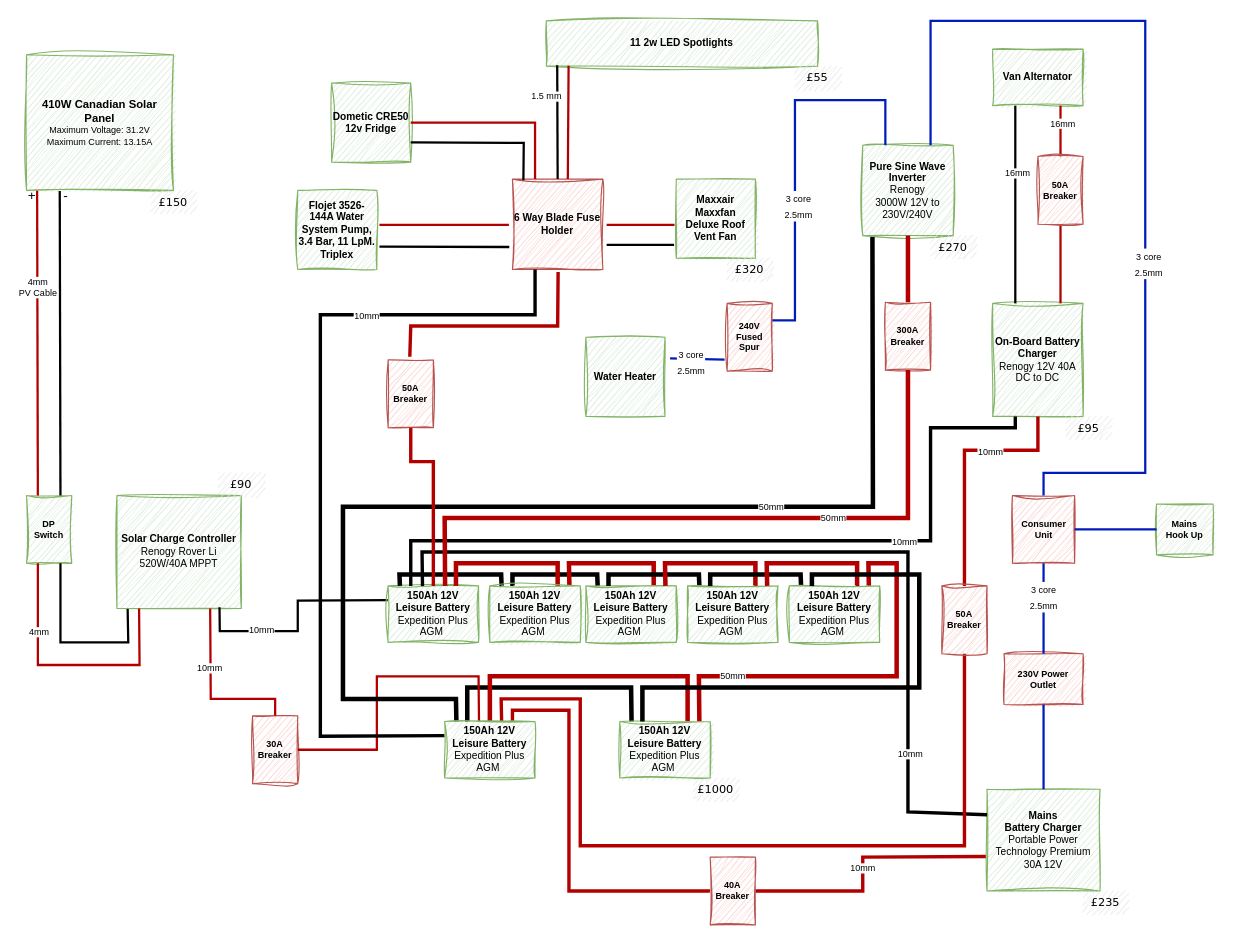
martinlt/reference keeps this draw.io diagram as page "Electrical System" (2 of 3) of Designs.drawio. Above is the earlier version. Source tidied: cells renumbered, new cells numbered last; positions are measured from the earlier drawing's top-left corner, leaving out a move shared by most shapes. Both pictures are drawn from the tidied source at 113%, with x=0, y=0 at pixel (26, 20).
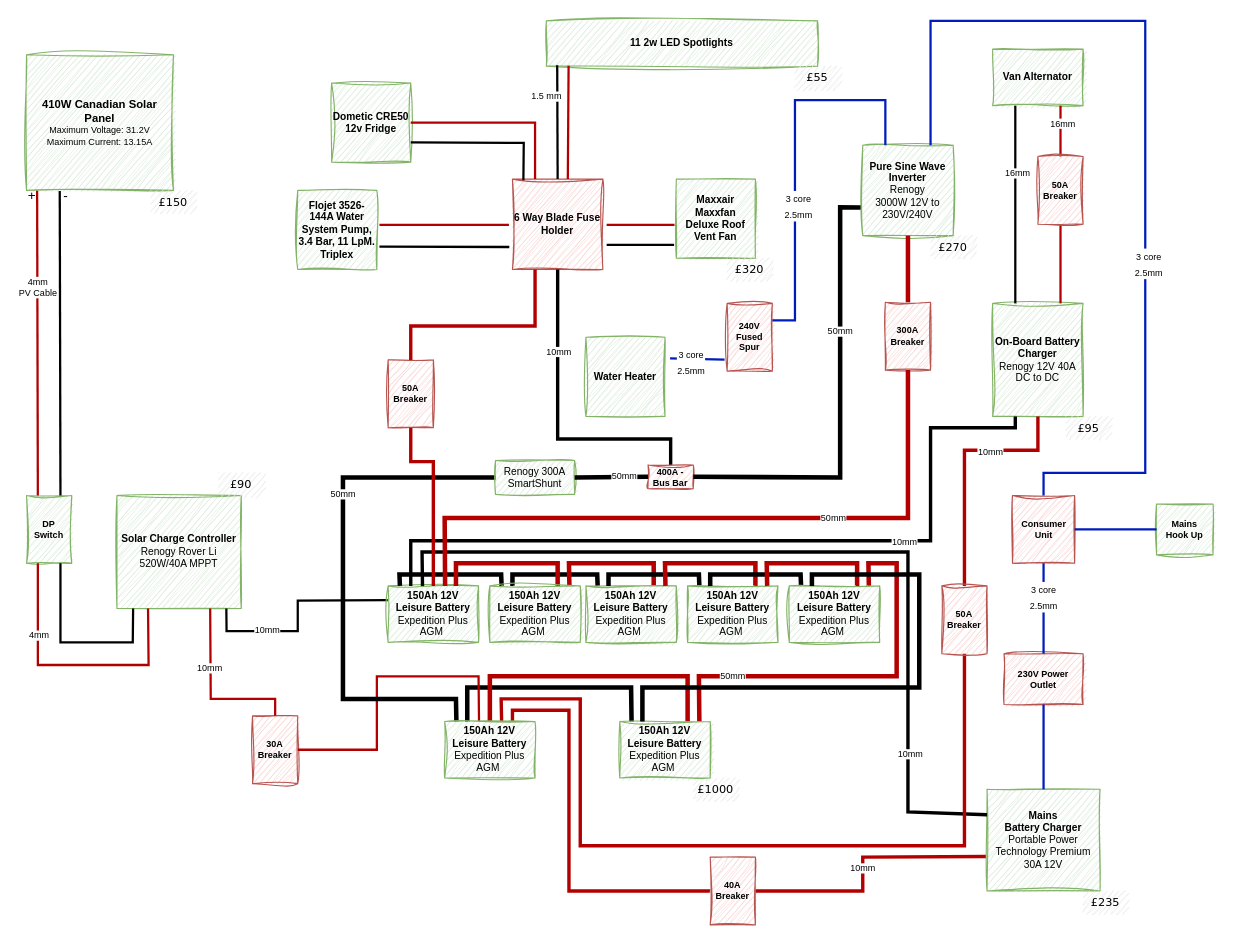
The same diagram, later.

The change refers to these unchanged cells:
```xml
<mxCell id="3" value="&lt;span style=&quot;font-size: 8px;&quot;&gt;&lt;b style=&quot;font-size: 8px;&quot;&gt;DP Switch&lt;/b&gt;&lt;/span&gt;" style="rounded=0;whiteSpace=wrap;html=1;sketch=1;curveFitting=1;jiggle=2;fontSize=8;fillColor=#d5e8d4;strokeColor=#82b366;" parent="1" vertex="1">
  <mxGeometry y="420" width="40" height="60" as="geometry" />
</mxCell>
<mxCell id="15" value="&lt;b&gt;150Ah 12V &lt;br&gt;Leisure Battery&lt;br&gt;&lt;/b&gt;Expedition Plus AGM&amp;nbsp;" style="rounded=0;whiteSpace=wrap;html=1;sketch=1;curveFitting=1;jiggle=2;fontSize=9;fillColor=#d5e8d4;strokeColor=#82b366;points=[[0,0,0,0,0],[0,0.25,0,0,0],[0,0.5,0,0,0],[0,0.75,0,0,0],[0,1,0,0,0],[0.13,0,0,0,0],[0.25,0,0,0,0],[0.25,1,0,0,0],[0.38,0,0,0,0],[0.5,0,0,0,0],[0.5,1,0,0,0],[0.63,0,0,0,0],[0.75,0,0,0,0],[0.75,1,0,0,0],[0.88,0,0,0,0],[1,0,0,0,0],[1,0.25,0,0,0],[1,0.5,0,0,0],[1,0.75,0,0,0],[1,1,0,0,0]];" parent="1" vertex="1">
  <mxGeometry x="320" y="500" width="80" height="50" as="geometry" />
</mxCell>
<mxCell id="22" value="&lt;span style=&quot;font-size: 8px;&quot;&gt;&lt;b style=&quot;font-size: 8px;&quot;&gt;30A Breaker&lt;br&gt;&lt;/b&gt;&lt;/span&gt;" style="rounded=0;whiteSpace=wrap;html=1;sketch=1;curveFitting=1;jiggle=2;fontSize=8;fillColor=#f8cecc;strokeColor=#b85450;" parent="1" vertex="1">
  <mxGeometry x="200" y="615" width="40" height="60" as="geometry" />
</mxCell>
<mxCell id="44" value="&lt;b&gt;Pure Sine Wave Inverter&lt;br&gt;&lt;/b&gt;Renogy&lt;br&gt;3000W 12V to 230V/240V" style="rounded=0;whiteSpace=wrap;html=1;sketch=1;curveFitting=1;jiggle=2;fontSize=9;fillColor=#d5e8d4;strokeColor=#82b366;" parent="1" vertex="1">
  <mxGeometry x="740" y="110" width="80" height="80" as="geometry" />
</mxCell>
<mxCell id="51" value="&lt;b&gt;6 Way Blade Fuse Holder&lt;/b&gt;" style="rounded=0;whiteSpace=wrap;html=1;sketch=1;curveFitting=1;jiggle=2;fontSize=9;fillColor=#f8cecc;strokeColor=#b85450;" parent="1" vertex="1">
  <mxGeometry x="430" y="140" width="80" height="80" as="geometry" />
</mxCell>
<mxCell id="52" value="&lt;span style=&quot;font-size: 8px;&quot;&gt;&lt;b style=&quot;font-size: 8px;&quot;&gt;50A&lt;br&gt;Breaker&lt;br&gt;&lt;/b&gt;&lt;/span&gt;" style="rounded=0;whiteSpace=wrap;html=1;sketch=1;curveFitting=1;jiggle=2;fontSize=8;fillColor=#f8cecc;strokeColor=#b85450;" parent="1" vertex="1">
  <mxGeometry x="320" y="300" width="40" height="60" as="geometry" />
</mxCell>
<mxCell id="97" value="&lt;b&gt;150Ah 12V &lt;br&gt;Leisure Battery&lt;br&gt;&lt;/b&gt;Expedition Plus AGM&amp;nbsp;" style="rounded=0;whiteSpace=wrap;html=1;sketch=1;curveFitting=1;jiggle=2;fontSize=9;fillColor=#d5e8d4;strokeColor=#82b366;points=[[0,0,0,0,0],[0,0.25,0,0,0],[0,0.5,0,0,0],[0,0.75,0,0,0],[0,1,0,0,0],[0.13,0,0,0,0],[0.25,0,0,0,0],[0.25,1,0,0,0],[0.38,0,0,0,0],[0.5,0,0,0,0],[0.5,1,0,0,0],[0.63,0,0,0,0],[0.75,0,0,0,0],[0.75,1,0,0,0],[0.88,0,0,0,0],[1,0,0,0,0],[1,0.25,0,0,0],[1,0.5,0,0,0],[1,0.75,0,0,0],[1,1,0,0,0]];" parent="1" vertex="1">
  <mxGeometry x="370" y="620" width="80" height="50" as="geometry" />
</mxCell>
```

Change to the diagram source:
```diff
@@
-    <mxCell id="4" value="&lt;b&gt;Solar Charge Controller&lt;/b&gt;&lt;br&gt;&lt;div style=&quot;&quot;&gt;Renogy Rover Li 520W/40A MPPT&lt;br&gt;&lt;/div&gt;" style="rounded=0;whiteSpace=wrap;html=1;sketch=1;curveFitting=1;jiggle=2;fontSize=9;fillColor=#d5e8d4;strokeColor=#82b366;" parent="1" vertex="1">
+    <mxCell id="4" value="&lt;b&gt;Solar Charge Controller&lt;/b&gt;&lt;br&gt;&lt;div style=&quot;&quot;&gt;Renogy Rover Li 520W/40A MPPT&lt;br&gt;&lt;/div&gt;" style="rounded=0;whiteSpace=wrap;html=1;sketch=1;curveFitting=1;jiggle=2;fontSize=9;fillColor=#d5e8d4;strokeColor=#82b366;points=[[0,0,0,0,0],[0,0.25,0,0,0],[0,0.5,0,0,0],[0,0.75,0,0,0],[0,1,0,0,0],[0.13,1,0,0,0],[0.25,0,0,0,0],[0.25,1,0,0,0],[0.37,1,0,0,0],[0.5,0,0,0,0],[0.5,1,0,0,0],[0.63,1,0,0,0],[0.75,0,0,0,0],[0.75,1,0,0,0],[0.88,1,0,0,0],[1,0,0,0,0],[1,0.25,0,0,0],[1,0.5,0,0,0],[1,0.75,0,0,0],[1,1,0,0,0]];" parent="1" vertex="1">
       <mxGeometry x="80" y="420" width="110" height="100" as="geometry" />
     </mxCell>
@@
-    <mxCell id="10" style="endArrow=none;html=1;rounded=0;entryX=0.25;entryY=1;entryDx=0;entryDy=0;exitX=0.178;exitY=1;exitDx=0;exitDy=0;strokeWidth=2;fillColor=#e51400;strokeColor=#B20000;exitPerimeter=0;" parent="1" edge="1" source="4" target="3">
+    <mxCell id="10" style="endArrow=none;html=1;rounded=0;entryX=0.25;entryY=1;entryDx=0;entryDy=0;exitX=0.25;exitY=1;exitDx=0;exitDy=0;strokeWidth=2;fillColor=#e51400;strokeColor=#B20000;exitPerimeter=0;" parent="1" edge="1" source="4" target="3">
       <mxGeometry relative="1" as="geometry">
         <Array as="points">
-          <mxPoint x="100" y="570" />
+          <mxPoint x="108" y="570" />
           <mxPoint x="10" y="570" />
         </Array>
       </mxGeometry>
     </mxCell>
@@
-    <mxCell id="12" style="endArrow=none;html=1;rounded=0;entryX=0.75;entryY=1;entryDx=0;entryDy=0;exitX=0.086;exitY=1.004;exitDx=0;exitDy=0;strokeWidth=2;exitPerimeter=0;" parent="1" edge="1" source="4" target="3">
+    <mxCell id="12" style="endArrow=none;html=1;rounded=0;entryX=0.75;entryY=1;entryDx=0;entryDy=0;exitX=0.13;exitY=1;exitDx=0;exitDy=0;strokeWidth=2;exitPerimeter=0;" parent="1" edge="1" source="4" target="3">
       <mxGeometry relative="1" as="geometry">
         <Array as="points">
-          <mxPoint x="90" y="550" />
+          <mxPoint x="94" y="550" />
           <mxPoint x="30" y="550" />
         </Array>
       </mxGeometry>
     </mxCell>
-    <mxCell id="13" style="endArrow=none;html=1;rounded=0;exitX=0;exitY=0.25;exitDx=0;exitDy=0;strokeWidth=2;entryX=0.825;entryY=0.988;entryDx=0;entryDy=0;entryPerimeter=0;" parent="1" edge="1" source="15" target="4">
+    <mxCell id="13" style="endArrow=none;html=1;rounded=0;exitX=0;exitY=0.25;exitDx=0;exitDy=0;strokeWidth=2;entryX=0.88;entryY=1;entryDx=0;entryDy=0;entryPerimeter=0;" parent="1" edge="1" source="15" target="4">
       <mxGeometry relative="1" as="geometry">
         <Array as="points">
           <mxPoint x="240" y="513" />
           <mxPoint x="240" y="540" />
-          <mxPoint x="171" y="540" />
+          <mxPoint x="177" y="540" />
         </Array>
       </mxGeometry>
     </mxCell>
@@
-    <mxCell id="24" style="endArrow=none;html=1;rounded=0;exitX=0.5;exitY=0;exitDx=0;exitDy=0;strokeWidth=2;entryX=0.75;entryY=1;entryDx=0;entryDy=0;strokeColor=#B20000;fillColor=#e51400;" parent="1" edge="1" source="22" target="4">
+    <mxCell id="24" style="endArrow=none;html=1;rounded=0;exitX=0.5;exitY=0;exitDx=0;exitDy=0;strokeWidth=2;entryX=0.75;entryY=1;entryDx=0;entryDy=0;strokeColor=#B20000;fillColor=#e51400;entryPerimeter=0;" parent="1" edge="1" source="22" target="4">
       <mxGeometry relative="1" as="geometry">
         <Array as="points">
           <mxPoint x="220" y="600" />
           <mxPoint x="163" y="600" />
         </Array>
       </mxGeometry>
     </mxCell>
@@
-    <mxCell id="48" style="endArrow=none;html=1;rounded=0;strokeWidth=4;strokeColor=#000000;exitX=0.107;exitY=1.015;exitDx=0;exitDy=0;fillColor=#e51400;exitPerimeter=0;entryX=0.13;entryY=0;entryDx=0;entryDy=0;entryPerimeter=0;" parent="1" edge="1" source="44" target="97">
+    <mxCell id="48" style="endArrow=none;html=1;rounded=0;strokeWidth=4;strokeColor=#000000;exitX=0;exitY=0.5;exitDx=0;exitDy=0;fillColor=#e51400;entryX=0.13;entryY=0;entryDx=0;entryDy=0;entryPerimeter=0;" parent="1" edge="1" source="108" target="97">
       <mxGeometry relative="1" as="geometry">
         <Array as="points">
-          <mxPoint x="749" y="430" />
+          <mxPoint x="280" y="404" />
           <mxPoint x="280" y="430" />
           <mxPoint x="280" y="600" />
           <mxPoint x="380" y="600" />
         </Array>
       </mxGeometry>
     </mxCell>
@@
-    <mxCell id="54" style="endArrow=none;html=1;rounded=0;strokeWidth=3;strokeColor=#B20000;exitX=0.479;exitY=-0.046;exitDx=0;exitDy=0;fillColor=#e51400;entryX=0.505;entryY=1.027;entryDx=0;entryDy=0;exitPerimeter=0;entryPerimeter=0;" parent="1" edge="1" source="52" target="51">
+    <mxCell id="54" style="endArrow=none;html=1;rounded=0;strokeWidth=3;strokeColor=#B20000;exitX=0.5;exitY=0;exitDx=0;exitDy=0;fillColor=#e51400;entryX=0.25;entryY=1;entryDx=0;entryDy=0;" parent="1" edge="1" source="52" target="51">
       <mxGeometry relative="1" as="geometry">
         <Array as="points">
           <mxPoint x="340" y="270" />
-          <mxPoint x="470" y="270" />
+          <mxPoint x="450" y="270" />
         </Array>
       </mxGeometry>
     </mxCell>
-    <mxCell id="55" style="endArrow=none;html=1;rounded=0;strokeWidth=3;strokeColor=#000000;fillColor=#e51400;entryX=0.25;entryY=1;entryDx=0;entryDy=0;exitX=0;exitY=0.25;exitDx=0;exitDy=0;exitPerimeter=0;" parent="1" edge="1" source="97" target="51">
+    <mxCell id="55" style="endArrow=none;html=1;rounded=0;strokeWidth=3;strokeColor=#000000;fillColor=#e51400;entryX=0.5;entryY=1;entryDx=0;entryDy=0;exitX=0.5;exitY=0;exitDx=0;exitDy=0;" parent="1" edge="1" source="109" target="51">
       <mxGeometry relative="1" as="geometry">
         <Array as="points">
-          <mxPoint x="260" y="633" />
-          <mxPoint x="260" y="260" />
-          <mxPoint x="450" y="260" />
+          <mxPoint x="570" y="370" />
+          <mxPoint x="470" y="370" />
         </Array>
       </mxGeometry>
     </mxCell>
@@
+    <mxCell id="108" value="Renogy 300A SmartShunt" style="rounded=0;whiteSpace=wrap;html=1;sketch=1;curveFitting=1;jiggle=2;fontSize=9;fillColor=#d5e8d4;strokeColor=#82b366;" parent="1" vertex="1">
+      <mxGeometry x="415" y="389" width="70" height="30" as="geometry" />
+    </mxCell>
+    <mxCell id="109" value="&lt;span style=&quot;font-size: 8px;&quot;&gt;&lt;b style=&quot;font-size: 8px;&quot;&gt;400A - Bus Bar&lt;/b&gt;&lt;/span&gt;" style="rounded=0;whiteSpace=wrap;html=1;fontSize=8;fillColor=#f8cecc;strokeColor=#b85450;sketch=1;curveFitting=1;jiggle=2;" parent="1" vertex="1">
+      <mxGeometry x="550" y="393" width="40" height="21" as="geometry" />
+    </mxCell>
+    <mxCell id="110" style="endArrow=none;html=1;rounded=0;strokeWidth=4;strokeColor=#000000;exitX=-0.024;exitY=0.688;exitDx=0;exitDy=0;fillColor=#e51400;entryX=1;entryY=0.5;entryDx=0;entryDy=0;exitPerimeter=0;" parent="1" edge="1" source="44" target="109">
+      <mxGeometry relative="1" as="geometry">
+        <Array as="points">
+          <mxPoint x="720" y="165" />
+          <mxPoint x="720" y="404" />
+        </Array>
+      </mxGeometry>
+    </mxCell>
+    <mxCell id="111" value="50mm" style="edgeLabel;html=1;align=center;verticalAlign=middle;fontSize=8;" parent="110" vertex="1">
+      <mxGeometry x="-0.34" y="-1" relative="1" as="geometry" />
+    </mxCell>
+    <mxCell id="112" style="endArrow=none;html=1;rounded=0;strokeWidth=4;strokeColor=#000000;exitX=0;exitY=0.5;exitDx=0;exitDy=0;fillColor=#e51400;entryX=1;entryY=0.5;entryDx=0;entryDy=0;" parent="1" edge="1" source="109" target="108">
+      <mxGeometry relative="1" as="geometry" />
+    </mxCell>
+    <mxCell id="113" value="50mm" style="edgeLabel;html=1;align=center;verticalAlign=middle;fontSize=8;" parent="112" vertex="1">
+      <mxGeometry x="-0.34" y="-1" relative="1" as="geometry" />
+    </mxCell>
```
